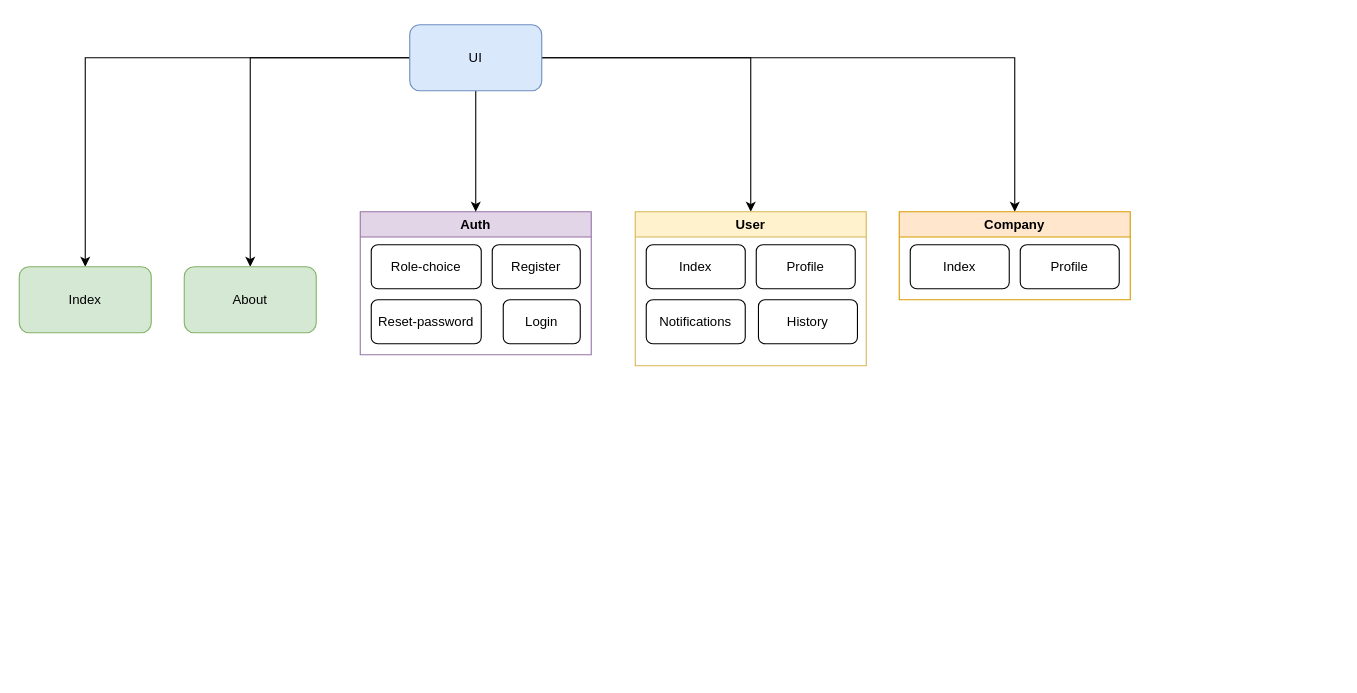
Lecrut/YourCarMechanic keeps this draw.io diagram as ui-diagram.drawio. Above is the earlier version. Source tidied: cells renumbered, new cells numbered last; positions are measured from the earlier drawing's top-left corner, leaving out a move shared by most shapes. Both pictures are drawn from the tidied source at 110%, with x=0, y=0 at pixel (19, 24).
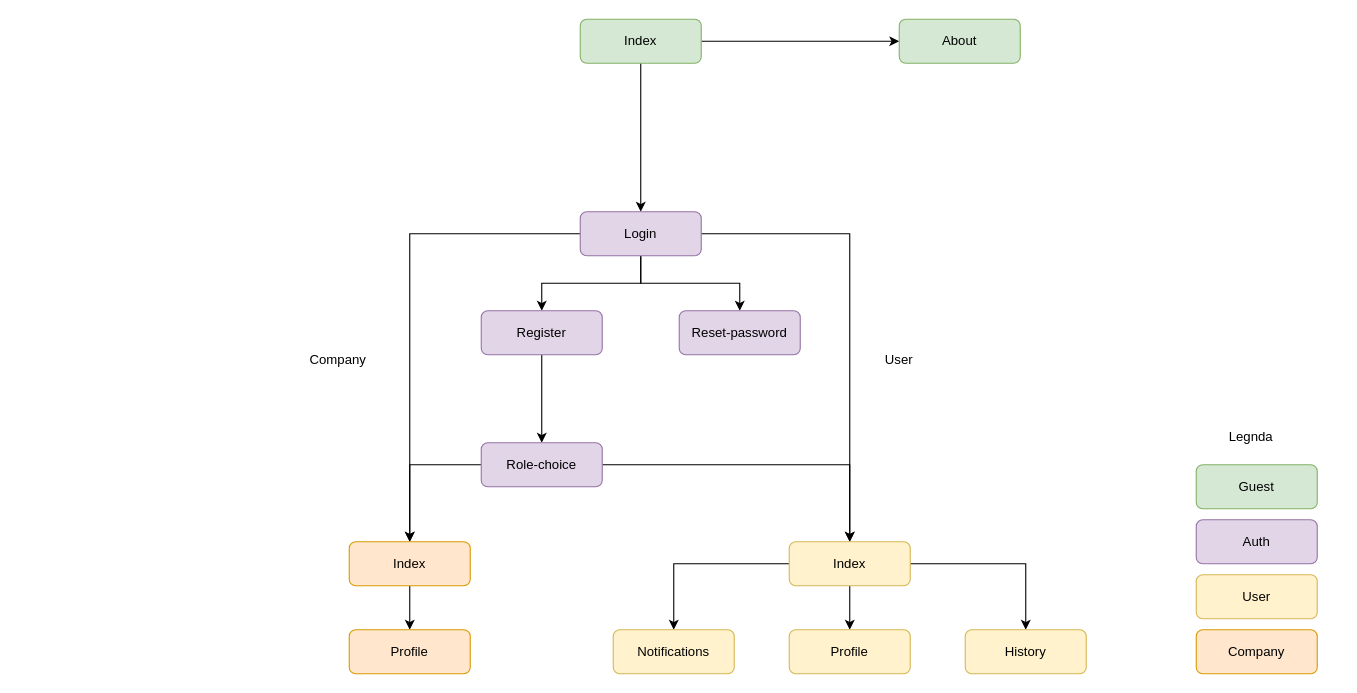
Above is the later version.

Change to the diagram source:
```diff
@@
+    <mxCell id="23" value="Legnda" style="text;html=1;align=center;verticalAlign=middle;whiteSpace=wrap;rounded=0;" parent="1" vertex="1">
+      <mxGeometry x="1040" y="360" width="160" height="30" as="geometry" />
+    </mxCell>
+    <mxCell id="24" value="Guest" style="rounded=1;whiteSpace=wrap;html=1;fillColor=#d5e8d4;strokeColor=#82b366;" parent="1" vertex="1">
+      <mxGeometry x="1070" y="400" width="110" height="40" as="geometry" />
+    </mxCell>
-    <mxCell id="2" value="Auth" style="swimlane;whiteSpace=wrap;html=1;fillColor=#e1d5e7;strokeColor=#9673a6;" parent="1" vertex="1">
-      <mxGeometry x="310" y="170" width="210" height="130" as="geometry" />
+    <mxCell id="2" value="Auth" style="rounded=1;whiteSpace=wrap;html=1;fillColor=#e1d5e7;strokeColor=#9673a6;" parent="1" vertex="1">
+      <mxGeometry x="1070" y="450" width="110" height="40" as="geometry" />
     </mxCell>
+    <mxCell id="25" value="User" style="rounded=1;whiteSpace=wrap;html=1;fillColor=#fff2cc;strokeColor=#d6b656;" parent="1" vertex="1">
+      <mxGeometry x="1070" y="500" width="110" height="40" as="geometry" />
+    </mxCell>
+    <mxCell id="26" value="Company" style="rounded=1;whiteSpace=wrap;html=1;fillColor=#ffe6cc;strokeColor=#d79b00;" parent="1" vertex="1">
+      <mxGeometry x="1070" y="550" width="110" height="40" as="geometry" />
+    </mxCell>
+    <mxCell id="27" style="rounded=0;jettySize=auto;html=1;elbow=vertical;edgeStyle=orthogonalEdgeStyle;" parent="1" edge="1" source="13" target="3">
+      <mxGeometry relative="1" as="geometry" />
+    </mxCell>
+    <mxCell id="28" style="rounded=0;jettySize=auto;html=1;elbow=vertical;edgeStyle=orthogonalEdgeStyle;" parent="1" edge="1" source="13" target="14">
+      <mxGeometry relative="1" as="geometry" />
+    </mxCell>
+    <mxCell id="13" value="Index" style="rounded=1;whiteSpace=wrap;html=1;fillColor=#d5e8d4;strokeColor=#82b366;" parent="1" vertex="1">
+      <mxGeometry x="510" y="-5" width="110" height="40" as="geometry" />
+    </mxCell>
+    <mxCell id="14" value="About" style="rounded=1;whiteSpace=wrap;html=1;fillColor=#d5e8d4;strokeColor=#82b366;" parent="1" vertex="1">
+      <mxGeometry x="800" y="-5" width="110" height="40" as="geometry" />
+    </mxCell>
+    <mxCell id="29" style="rounded=0;jettySize=auto;html=1;elbow=vertical;edgeStyle=orthogonalEdgeStyle;" parent="1" edge="1" source="3" target="4">
+      <mxGeometry relative="1" as="geometry" />
+    </mxCell>
+    <mxCell id="30" style="rounded=0;jettySize=auto;html=1;elbow=vertical;edgeStyle=orthogonalEdgeStyle;" parent="1" edge="1" source="3" target="5">
+      <mxGeometry relative="1" as="geometry" />
+    </mxCell>
+    <mxCell id="31" style="rounded=0;jettySize=auto;html=1;elbow=vertical;edgeStyle=orthogonalEdgeStyle;" parent="1" edge="1" source="3" target="41">
+      <mxGeometry relative="1" as="geometry" />
+    </mxCell>
+    <mxCell id="32" style="edgeStyle=orthogonalEdgeStyle;rounded=0;jettySize=auto;html=1;" parent="1" edge="1" source="3" target="37">
+      <mxGeometry relative="1" as="geometry" />
+    </mxCell>
-    <mxCell id="3" value="Login" style="rounded=1;whiteSpace=wrap;html=1;" parent="2" vertex="1">
-      <mxGeometry x="130" y="80" width="70" height="40" as="geometry" />
+    <mxCell id="3" value="Login" style="rounded=1;whiteSpace=wrap;html=1;fillColor=#e1d5e7;strokeColor=#9673a6;" parent="1" vertex="1">
+      <mxGeometry x="510" y="170" width="110" height="40" as="geometry" />
     </mxCell>
-    <mxCell id="4" value="Reset-password" style="rounded=1;whiteSpace=wrap;html=1;" parent="2" vertex="1">
-      <mxGeometry x="10" y="80" width="100" height="40" as="geometry" />
+    <mxCell id="4" value="Reset-password" style="rounded=1;whiteSpace=wrap;html=1;fillColor=#e1d5e7;strokeColor=#9673a6;" parent="1" vertex="1">
+      <mxGeometry x="600" y="260" width="110" height="40" as="geometry" />
     </mxCell>
+    <mxCell id="33" style="rounded=0;jettySize=auto;html=1;elbow=vertical;edgeStyle=orthogonalEdgeStyle;" parent="1" edge="1" source="5" target="6">
+      <mxGeometry relative="1" as="geometry" />
+    </mxCell>
-    <mxCell id="5" value="Register" style="rounded=1;whiteSpace=wrap;html=1;" parent="2" vertex="1">
-      <mxGeometry x="120" y="30" width="80" height="40" as="geometry" />
+    <mxCell id="5" value="Register" style="rounded=1;whiteSpace=wrap;html=1;fillColor=#e1d5e7;strokeColor=#9673a6;" parent="1" vertex="1">
+      <mxGeometry x="420" y="260" width="110" height="40" as="geometry" />
     </mxCell>
+    <mxCell id="34" style="rounded=0;jettySize=auto;html=1;elbow=vertical;edgeStyle=orthogonalEdgeStyle;" parent="1" edge="1" source="6" target="37">
+      <mxGeometry relative="1" as="geometry" />
+    </mxCell>
+    <mxCell id="35" style="rounded=0;jettySize=auto;html=1;elbow=vertical;edgeStyle=orthogonalEdgeStyle;" parent="1" edge="1" source="6" target="41">
+      <mxGeometry relative="1" as="geometry" />
+    </mxCell>
-    <mxCell id="6" value="Role-choice" style="rounded=1;whiteSpace=wrap;html=1;" parent="2" vertex="1">
-      <mxGeometry x="10" y="30" width="100" height="40" as="geometry" />
+    <mxCell id="6" value="Role-choice" style="rounded=1;whiteSpace=wrap;html=1;fillColor=#e1d5e7;strokeColor=#9673a6;" parent="1" vertex="1">
+      <mxGeometry x="420" y="380" width="110" height="40" as="geometry" />
     </mxCell>
-    <mxCell id="7" style="edgeStyle=orthogonalEdgeStyle;rounded=0;jettySize=auto;html=1;" parent="1" edge="1" source="12" target="14">
-      <mxGeometry relative="1" as="geometry" />
-    </mxCell>
-    <mxCell id="8" style="edgeStyle=orthogonalEdgeStyle;rounded=0;jettySize=auto;html=1;" parent="1" edge="1" source="12" target="13">
-      <mxGeometry relative="1" as="geometry" />
-    </mxCell>
-    <mxCell id="9" style="edgeStyle=orthogonalEdgeStyle;rounded=0;jettySize=auto;html=1;" parent="1" edge="1" source="12" target="2">
-      <mxGeometry relative="1" as="geometry" />
-    </mxCell>
-    <mxCell id="10" style="edgeStyle=orthogonalEdgeStyle;rounded=0;jettySize=auto;html=1;entryX=0.5;entryY=0;entryDx=0;entryDy=0;" parent="1" edge="1" source="12" target="18">
-      <mxGeometry relative="1" as="geometry" />
-    </mxCell>
-    <mxCell id="11" style="edgeStyle=orthogonalEdgeStyle;rounded=0;jettySize=auto;html=1;" parent="1" edge="1" source="12" target="15">
-      <mxGeometry relative="1" as="geometry" />
-    </mxCell>
-    <mxCell id="12" value="UI" style="rounded=1;whiteSpace=wrap;html=1;fillColor=#dae8fc;strokeColor=#6c8ebf;" parent="1" vertex="1">
-      <mxGeometry x="355" width="120" height="60" as="geometry" />
-    </mxCell>
-    <mxCell id="13" value="Index" style="rounded=1;whiteSpace=wrap;html=1;fillColor=#d5e8d4;strokeColor=#82b366;" parent="1" vertex="1">
-      <mxGeometry y="220" width="120" height="60" as="geometry" />
-    </mxCell>
-    <mxCell id="14" value="About" style="rounded=1;whiteSpace=wrap;html=1;fillColor=#d5e8d4;strokeColor=#82b366;" parent="1" vertex="1">
-      <mxGeometry x="150" y="220" width="120" height="60" as="geometry" />
-    </mxCell>
-    <mxCell id="15" value="Company" style="swimlane;whiteSpace=wrap;html=1;fillColor=#ffe6cc;strokeColor=#d79b00;" parent="1" vertex="1">
-      <mxGeometry x="800" y="170" width="210" height="80" as="geometry" />
-    </mxCell>
-    <mxCell id="16" value="Index" style="rounded=1;whiteSpace=wrap;html=1;" parent="15" vertex="1">
-      <mxGeometry x="10" y="30" width="90" height="40" as="geometry" />
-    </mxCell>
-    <mxCell id="17" value="Profile" style="rounded=1;whiteSpace=wrap;html=1;" parent="15" vertex="1">
-      <mxGeometry x="110" y="30" width="90" height="40" as="geometry" />
-    </mxCell>
-    <mxCell id="18" value="User" style="swimlane;whiteSpace=wrap;html=1;fillColor=#fff2cc;strokeColor=#d6b656;" parent="1" vertex="1">
-      <mxGeometry x="560" y="170" width="210" height="140" as="geometry" />
-    </mxCell>
-    <mxCell id="19" value="Index" style="rounded=1;whiteSpace=wrap;html=1;" parent="18" vertex="1">
-      <mxGeometry x="10" y="30" width="90" height="40" as="geometry" />
-    </mxCell>
-    <mxCell id="20" value="Profile" style="rounded=1;whiteSpace=wrap;html=1;" parent="18" vertex="1">
-      <mxGeometry x="110" y="30" width="90" height="40" as="geometry" />
-    </mxCell>
+    <mxCell id="36" style="edgeStyle=orthogonalEdgeStyle;rounded=0;jettySize=auto;html=1;" parent="1" edge="1" source="37" target="43">
+      <mxGeometry relative="1" as="geometry" />
+    </mxCell>
+    <mxCell id="37" value="Index" style="rounded=1;whiteSpace=wrap;html=1;fillColor=#ffe6cc;strokeColor=#d79b00;" parent="1" vertex="1">
+      <mxGeometry x="300" y="470" width="110" height="40" as="geometry" />
+    </mxCell>
+    <mxCell id="38" style="edgeStyle=orthogonalEdgeStyle;rounded=0;jettySize=auto;html=1;" parent="1" edge="1" source="41" target="22">
+      <mxGeometry relative="1" as="geometry" />
+    </mxCell>
+    <mxCell id="39" style="edgeStyle=orthogonalEdgeStyle;rounded=0;jettySize=auto;html=1;" parent="1" edge="1" source="41" target="42">
+      <mxGeometry relative="1" as="geometry" />
+    </mxCell>
+    <mxCell id="40" style="edgeStyle=orthogonalEdgeStyle;rounded=0;jettySize=auto;html=1;" parent="1" edge="1" source="41" target="21">
+      <mxGeometry relative="1" as="geometry" />
+    </mxCell>
+    <mxCell id="41" value="Index" style="rounded=1;whiteSpace=wrap;html=1;fillColor=#fff2cc;strokeColor=#d6b656;" parent="1" vertex="1">
+      <mxGeometry x="700" y="470" width="110" height="40" as="geometry" />
+    </mxCell>
-    <mxCell id="21" value="Notifications" style="rounded=1;whiteSpace=wrap;html=1;" parent="18" vertex="1">
-      <mxGeometry x="10" y="80" width="90" height="40" as="geometry" />
+    <mxCell id="21" value="Notifications" style="rounded=1;whiteSpace=wrap;html=1;fillColor=#fff2cc;strokeColor=#d6b656;" parent="1" vertex="1">
+      <mxGeometry x="540" y="550" width="110" height="40" as="geometry" />
     </mxCell>
+    <mxCell id="42" value="Profile" style="rounded=1;whiteSpace=wrap;html=1;fillColor=#fff2cc;strokeColor=#d6b656;" parent="1" vertex="1">
+      <mxGeometry x="700" y="550" width="110" height="40" as="geometry" />
+    </mxCell>
-    <mxCell id="22" value="History" style="rounded=1;whiteSpace=wrap;html=1;" parent="18" vertex="1">
-      <mxGeometry x="112" y="80" width="90" height="40" as="geometry" />
+    <mxCell id="22" value="History" style="rounded=1;whiteSpace=wrap;html=1;fillColor=#fff2cc;strokeColor=#d6b656;" parent="1" vertex="1">
+      <mxGeometry x="860" y="550" width="110" height="40" as="geometry" />
     </mxCell>
+    <mxCell id="43" value="Profile" style="rounded=1;whiteSpace=wrap;html=1;fillColor=#ffe6cc;strokeColor=#d79b00;" parent="1" vertex="1">
+      <mxGeometry x="300" y="550" width="110" height="40" as="geometry" />
+    </mxCell>
+    <mxCell id="44" value="Company" style="text;html=1;align=center;verticalAlign=middle;whiteSpace=wrap;rounded=0;" parent="1" vertex="1">
+      <mxGeometry x="260" y="290" width="60" height="30" as="geometry" />
+    </mxCell>
+    <mxCell id="45" value="User" style="text;html=1;align=center;verticalAlign=middle;whiteSpace=wrap;rounded=0;" parent="1" vertex="1">
+      <mxGeometry x="770" y="290" width="60" height="30" as="geometry" />
+    </mxCell>
```
